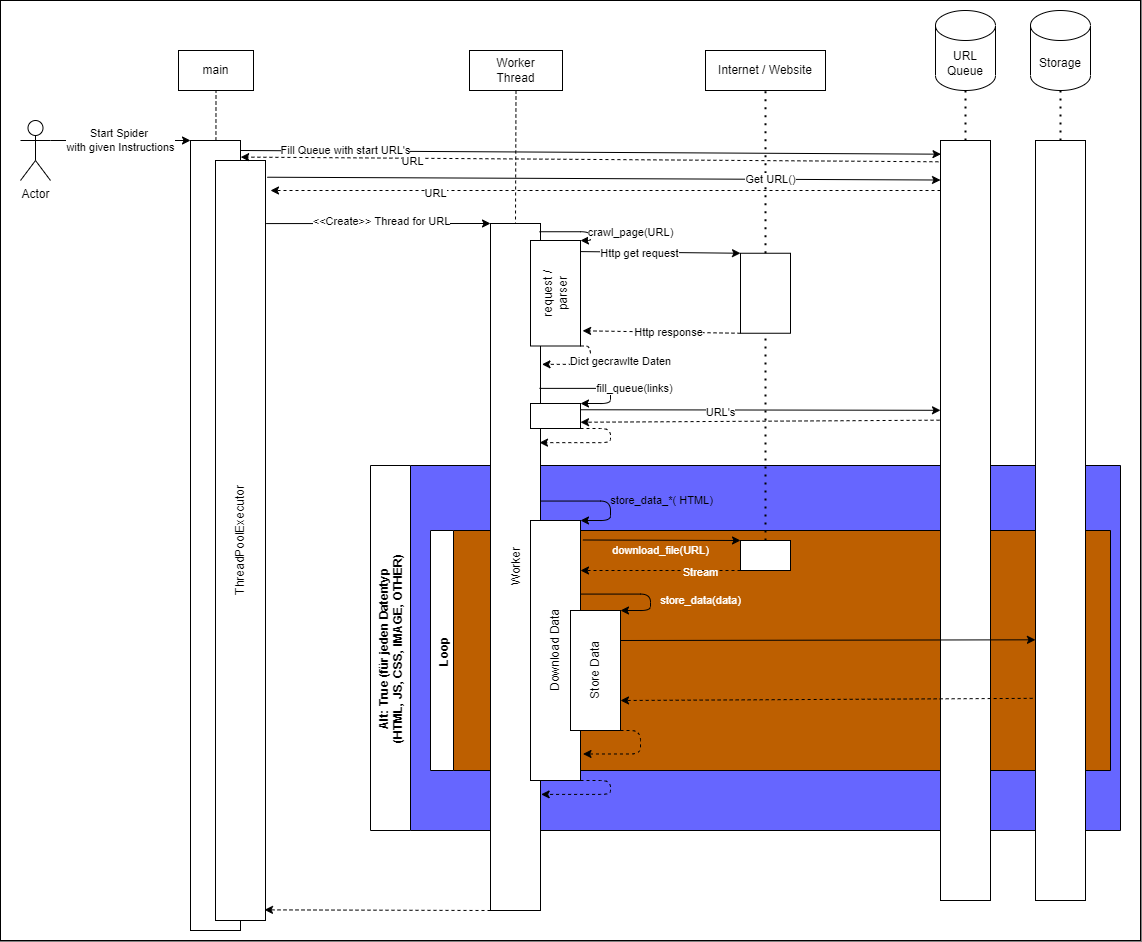
This is doc/webcrawler/webcrawler-sq.png from wenzfe/python-hacking, a draw.io export, as it was before one commit. Source tidied: cells renumbered, new cells last; positions are measured from the earlier drawing's top-left corner, leaving out a move shared by most shapes.
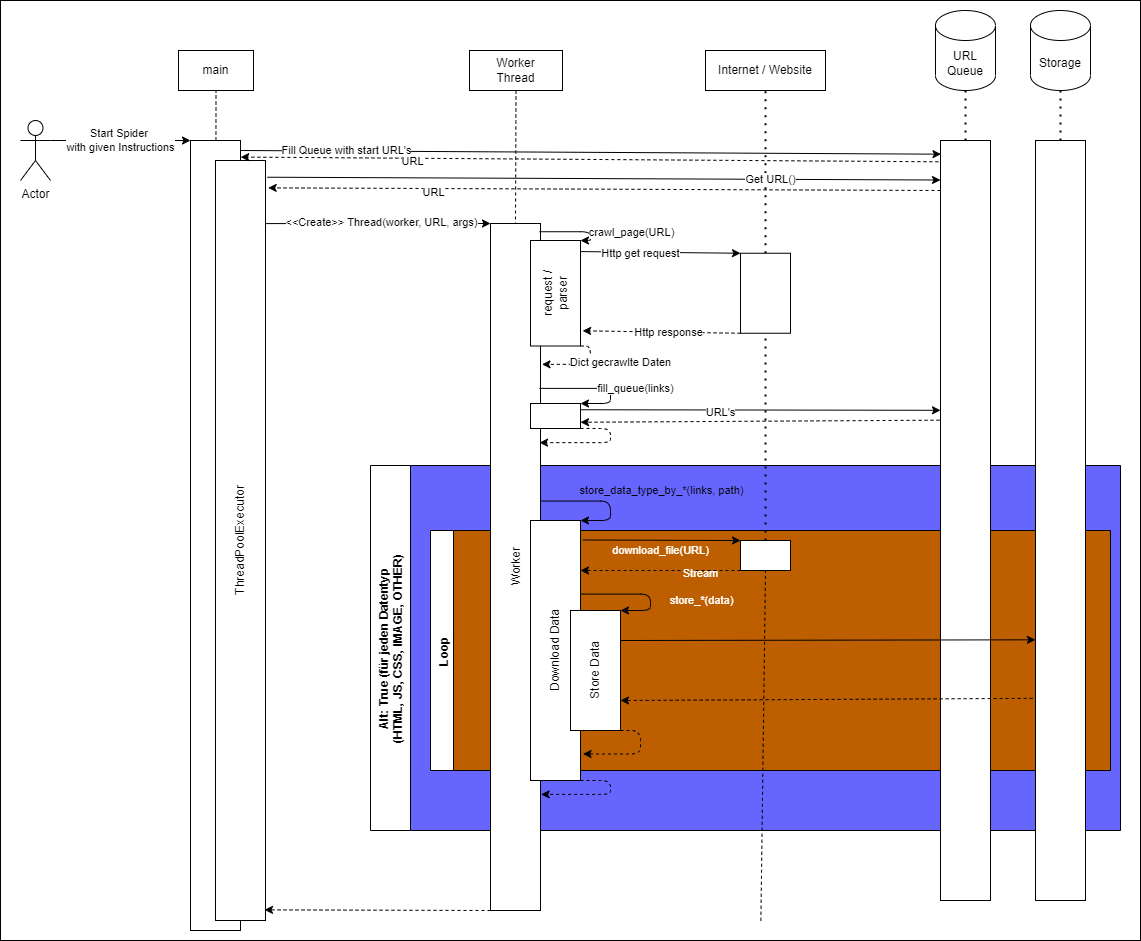
After the change.

What changed in the source:
```diff
@@ -5,7 +5,7 @@
     <mxCell id="2" style="rounded=0;whiteSpace=wrap;html=1;" parent="1" vertex="1">
       <mxGeometry width="1140" height="940" as="geometry" />
     </mxCell>
-    <mxCell id="3" value="Alt: True (für jeden Datentyp &#10;(HTML, JS, CSS, IMAGE, OTHER)" style="swimlane;horizontal=0;startSize=40;swimlaneFillColor=#6666FF;" parent="1" vertex="1">
+    <mxCell id="3" value="Alt: True (für jeden Datentyp &#10;(HTML, JS, CSS, IMAGE, OTHER)" style="swimlane;horizontal=0;startSize=40;swimlaneFillColor=#6666FF;verticalAlign=middle;" parent="1" vertex="1">
       <mxGeometry x="370" y="465" width="750" height="365" as="geometry" />
     </mxCell>
     <mxCell id="4" value="Loop" style="swimlane;horizontal=0;labelBackgroundColor=none;gradientColor=none;swimlaneFillColor=#BD5F00;verticalAlign=top;" parent="1" vertex="1">
@@ -23,7 +23,7 @@
     <mxCell id="8" style="endArrow=classic;html=1;entryX=0;entryY=0;entryDx=0;entryDy=0;exitX=1.013;exitY=0.083;exitDx=0;exitDy=0;exitPerimeter=0;" parent="1" edge="1" source="37" target="7">
       <mxGeometry relative="1" as="geometry" />
     </mxCell>
-    <mxCell id="9" value="&amp;lt;&amp;lt;Create&amp;gt;&amp;gt; Thread for URL" style="edgeLabel;html=1;align=center;verticalAlign=middle;" parent="8" vertex="1">
+    <mxCell id="9" value="&amp;lt;&amp;lt;Create&amp;gt;&amp;gt; Thread(worker, URL, args)" style="edgeLabel;html=1;align=center;verticalAlign=middle;" parent="8" vertex="1">
       <mxGeometry x="-0.63" relative="1" as="geometry">
         <mxPoint x="73" y="-2" as="offset" />
       </mxGeometry>
@@ -104,10 +104,9 @@
     <mxCell id="33" value="Get URL()" style="edgeLabel;html=1;align=center;verticalAlign=middle;" parent="32" vertex="1">
       <mxGeometry x="0.49" relative="1" as="geometry" />
     </mxCell>
-    <mxCell id="34" style="endArrow=classic;html=1;dashed=1;" parent="1" edge="1">
+    <mxCell id="34" style="endArrow=classic;html=1;dashed=1;entryX=1.054;entryY=0.036;entryDx=0;entryDy=0;entryPerimeter=0;" parent="1" edge="1" target="37">
       <mxGeometry relative="1" as="geometry">
         <mxPoint x="940" y="190" as="sourcePoint" />
-        <mxPoint x="270" y="190" as="targetPoint" />
       </mxGeometry>
     </mxCell>
     <mxCell id="35" value="URL" style="edgeLabel;html=1;align=center;verticalAlign=middle;" parent="34" vertex="1">
@@ -155,9 +154,9 @@
         </Array>
       </mxGeometry>
     </mxCell>
-    <mxCell id="45" value="store_data_*( HTML)" style="edgeLabel;html=1;align=center;verticalAlign=middle;labelBackgroundColor=none;" parent="44" vertex="1">
+    <mxCell id="45" value="store_data_type_by_*(links, path)" style="edgeLabel;html=1;align=center;verticalAlign=middle;labelBackgroundColor=none;" parent="44" vertex="1">
       <mxGeometry x="-0.15" y="-1" relative="1" as="geometry">
-        <mxPoint x="70" y="-2" as="offset" />
+        <mxPoint x="70" y="-12" as="offset" />
       </mxGeometry>
     </mxCell>
     <mxCell id="46" value="Store Data" style="rounded=0;whiteSpace=wrap;html=1;horizontal=0;" parent="1" vertex="1">
@@ -170,7 +169,7 @@
         </Array>
       </mxGeometry>
     </mxCell>
-    <mxCell id="48" value="store_data(data)" style="edgeLabel;html=1;align=center;verticalAlign=middle;labelBackgroundColor=none;fontColor=#FFFFFF;" parent="47" vertex="1">
+    <mxCell id="48" value="store_*(data)" style="edgeLabel;html=1;align=center;verticalAlign=middle;labelBackgroundColor=none;fontColor=#FFFFFF;" parent="47" vertex="1">
       <mxGeometry x="-0.15" y="-1" relative="1" as="geometry">
         <mxPoint x="71" y="5" as="offset" />
       </mxGeometry>
@@ -236,5 +235,8 @@
     <mxCell id="62" style="endArrow=classic;html=1;exitX=-0.057;exitY=0.734;exitDx=0;exitDy=0;dashed=1;entryX=1;entryY=0.75;entryDx=0;entryDy=0;exitPerimeter=0;" parent="1" edge="1" source="43" target="46">
       <mxGeometry relative="1" as="geometry" />
     </mxCell>
+    <mxCell id="63" style="endArrow=none;dashed=1;html=1;entryX=0.5;entryY=1;entryDx=0;entryDy=0;exitX=0.667;exitY=0.979;exitDx=0;exitDy=0;exitPerimeter=0;" parent="1" edge="1" source="2" target="22">
+      <mxGeometry relative="1" as="geometry" />
+    </mxCell>
   </root>
 </mxGraphModel>
```
